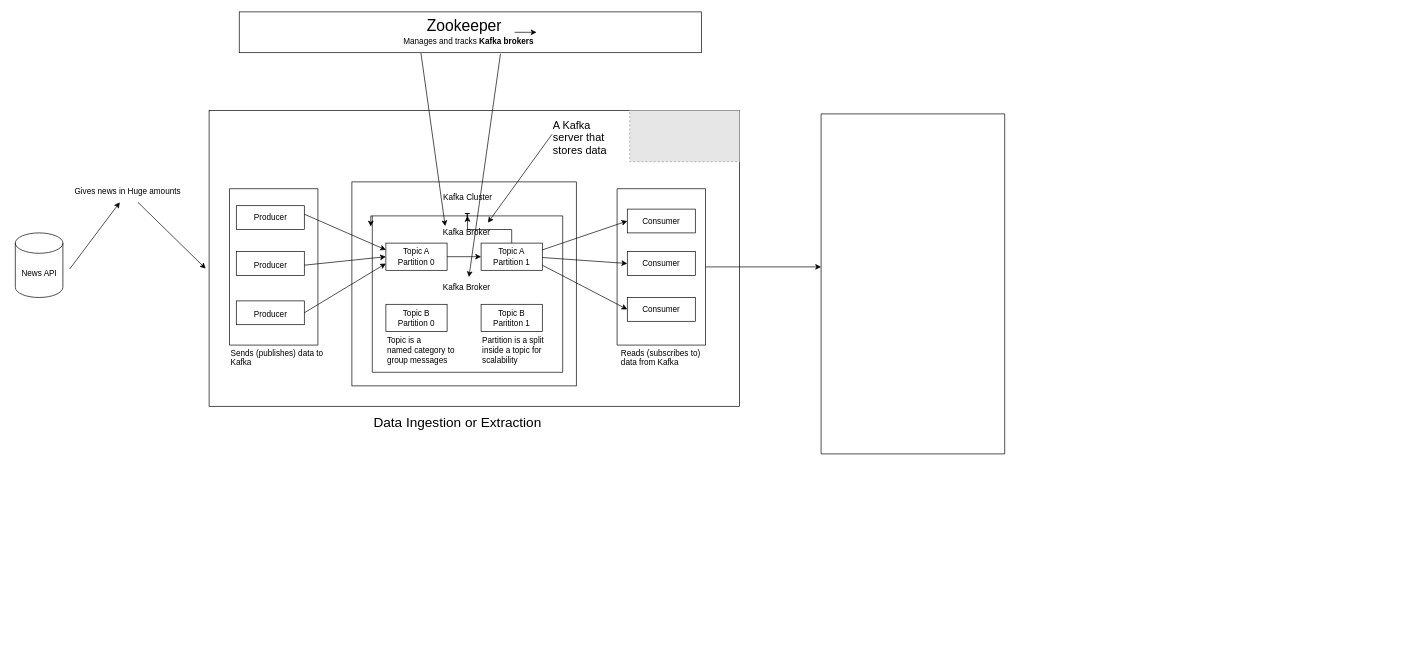
The draw.io diagram Untitled Diagram.drawio in Kadhir812/Big-data-pipeline-draw.io, before the edit. Source tidied: cells renumbered, new cells numbered last; positions are measured from the earlier drawing's top-left corner, leaving out a move shared by most shapes. Both pictures are drawn from the tidied source at 68%, with x=0, y=0 at pixel (12, 12). Pictures stored in the file or linked from it are replaced by grey dashed boxes.
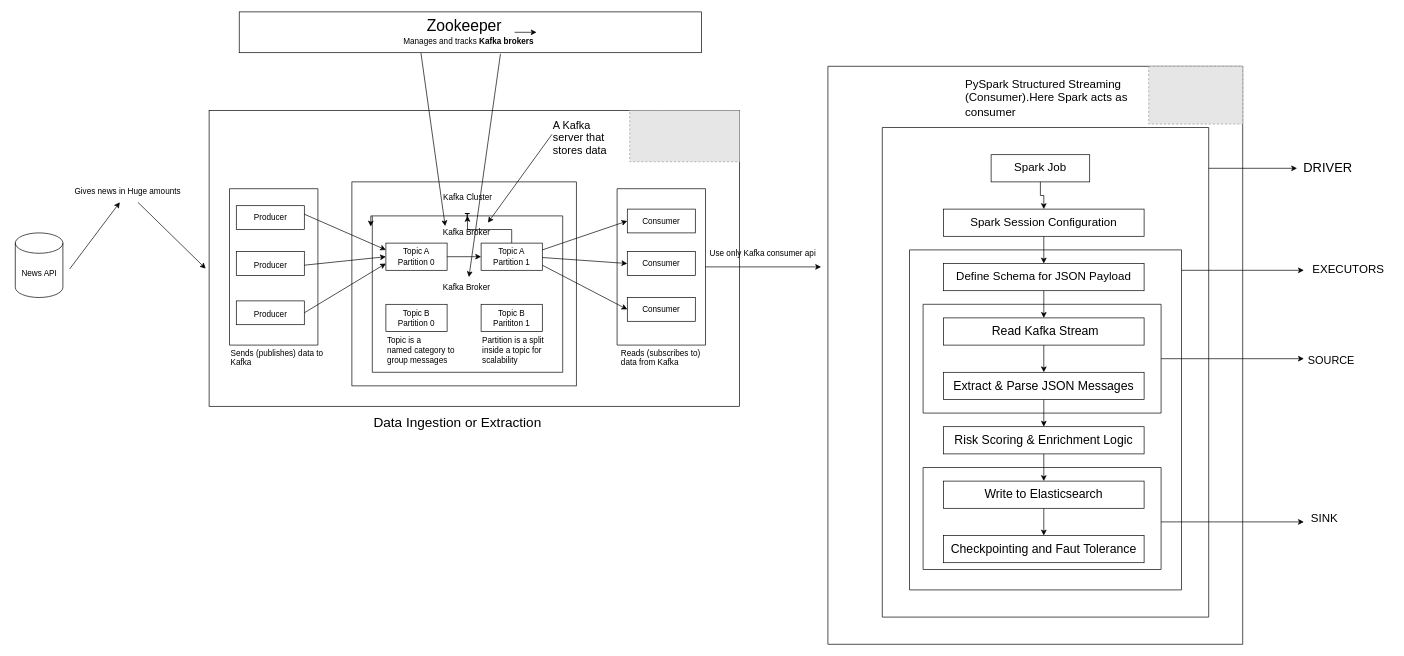
The same page after the edit.

What changed in the source:
```diff
@@
     <mxCell id="52" style="swimlane;startSize=0;" parent="1" vertex="1">
-      <mxGeometry x="1190" y="150" width="270" height="500" as="geometry" />
+      <mxGeometry x="1200" y="80" width="610" height="850" as="geometry" />
     </mxCell>
+    <mxCell id="53" style="edgeStyle=orthogonalEdgeStyle;rounded=0;orthogonalLoop=1;jettySize=auto;html=1;" parent="52" edge="1">
+      <mxGeometry relative="1" as="geometry">
+        <mxPoint x="127.6" y="80" as="sourcePoint" />
+      </mxGeometry>
+    </mxCell>
+    <mxCell id="54" style="edgeStyle=orthogonalEdgeStyle;rounded=0;orthogonalLoop=1;jettySize=auto;html=1;" parent="52" edge="1">
+      <mxGeometry relative="1" as="geometry">
+        <mxPoint x="202.5" y="160" as="sourcePoint" />
+      </mxGeometry>
+    </mxCell>
+    <mxCell id="55" style="edgeStyle=orthogonalEdgeStyle;rounded=0;orthogonalLoop=1;jettySize=auto;html=1;" parent="52" edge="1">
+      <mxGeometry relative="1" as="geometry">
+        <mxPoint x="202.5" y="240" as="sourcePoint" />
+      </mxGeometry>
+    </mxCell>
+    <mxCell id="56" style="edgeStyle=orthogonalEdgeStyle;rounded=0;orthogonalLoop=1;jettySize=auto;html=1;" parent="52" edge="1">
+      <mxGeometry relative="1" as="geometry">
+        <mxPoint x="202.5" y="320" as="sourcePoint" />
+      </mxGeometry>
+    </mxCell>
+    <mxCell id="57" style="edgeStyle=orthogonalEdgeStyle;rounded=0;orthogonalLoop=1;jettySize=auto;html=1;" parent="52" edge="1">
+      <mxGeometry relative="1" as="geometry">
+        <mxPoint x="202.5" y="400" as="sourcePoint" />
+      </mxGeometry>
+    </mxCell>
+    <mxCell id="58" style="edgeStyle=orthogonalEdgeStyle;rounded=0;orthogonalLoop=1;jettySize=auto;html=1;" parent="52" edge="1">
+      <mxGeometry relative="1" as="geometry">
+        <mxPoint x="202.5" y="480" as="sourcePoint" />
+      </mxGeometry>
+    </mxCell>
+    <mxCell id="59" style="edgeStyle=orthogonalEdgeStyle;rounded=0;orthogonalLoop=1;jettySize=auto;html=1;" parent="52" edge="1">
+      <mxGeometry relative="1" as="geometry">
+        <mxPoint x="202.5" y="560" as="sourcePoint" />
+      </mxGeometry>
+    </mxCell>
+    <mxCell id="60" value="&lt;font style=&quot;font-size: 17px;&quot;&gt;Spark Job&lt;/font&gt;" style="rounded=0;whiteSpace=wrap;html=1;" parent="52" vertex="1">
+      <mxGeometry x="240" y="130" width="145" height="40" as="geometry" />
+    </mxCell>
+    <mxCell id="61" style="fillColor=#E6E6E6;strokeColor=#999999;dashed=1;verticalLabelPosition=bottom;labelBackgroundColor=default;verticalAlign=top;" parent="52" vertex="1">
+      <mxGeometry x="471.8" width="138.2" height="85" as="geometry" />
+    </mxCell>
+    <mxCell id="62" value="PySpark Structured Streaming (Consumer).Here Spark acts as consumer" style="text;whiteSpace=wrap;fontSize=17;" parent="52" vertex="1">
+      <mxGeometry x="200" y="10" width="260" height="40" as="geometry" />
+    </mxCell>
+    <mxCell id="63" style="endArrow=classic;html=1;rounded=0;" parent="52" edge="1">
+      <mxGeometry relative="1" as="geometry">
+        <mxPoint x="560" y="150" as="sourcePoint" />
+        <mxPoint x="690" y="150" as="targetPoint" />
+      </mxGeometry>
+    </mxCell>
+    <mxCell id="64" style="endArrow=classic;html=1;rounded=0;" parent="52" edge="1">
+      <mxGeometry relative="1" as="geometry">
+        <mxPoint x="520" y="300" as="sourcePoint" />
+        <mxPoint x="700" y="300" as="targetPoint" />
+        <Array as="points">
+          <mxPoint x="700" y="300" />
+        </Array>
+      </mxGeometry>
+    </mxCell>
+    <mxCell id="65" style="endArrow=classic;html=1;rounded=0;" parent="52" edge="1">
+      <mxGeometry relative="1" as="geometry">
+        <mxPoint x="490" y="430" as="sourcePoint" />
+        <mxPoint x="700" y="430" as="targetPoint" />
+        <Array as="points">
+          <mxPoint x="700" y="430" />
+        </Array>
+      </mxGeometry>
+    </mxCell>
+    <mxCell id="66" style="endArrow=classic;html=1;rounded=0;" parent="52" edge="1">
+      <mxGeometry relative="1" as="geometry">
+        <mxPoint x="490" y="670" as="sourcePoint" />
+        <mxPoint x="700" y="670" as="targetPoint" />
+        <Array as="points">
+          <mxPoint x="700" y="670" />
+        </Array>
+      </mxGeometry>
+    </mxCell>
+    <mxCell id="67" value="&lt;font&gt;Use only Kafka consumer api&lt;/font&gt;" style="text;html=1;align=center;verticalAlign=middle;strokeColor=none;fillColor=none;" parent="1" vertex="1">
+      <mxGeometry x="1014.3" y="340" width="180" height="30" as="geometry" />
+    </mxCell>
+    <mxCell id="68" style="edgeStyle=orthogonalEdgeStyle;rounded=0;jettySize=auto;html=1;" parent="1" edge="1" source="69" target="71">
+      <mxGeometry relative="1" as="geometry" />
+    </mxCell>
+    <mxCell id="69" value="&lt;font style=&quot;font-size: 17px;&quot;&gt;Spark Session Configuration&lt;/font&gt;" style="rounded=0;whiteSpace=wrap;html=1;" parent="1" vertex="1">
+      <mxGeometry x="1370" y="290" width="295" height="40" as="geometry" />
+    </mxCell>
+    <mxCell id="70" style="edgeStyle=orthogonalEdgeStyle;rounded=0;jettySize=auto;html=1;" parent="1" edge="1" source="71" target="73">
+      <mxGeometry relative="1" as="geometry" />
+    </mxCell>
+    <mxCell id="71" value="&lt;font style=&quot;font-size: 17px;&quot;&gt;Define Schema for JSON Payload&lt;/font&gt;" style="rounded=0;whiteSpace=wrap;html=1;" parent="1" vertex="1">
+      <mxGeometry x="1370" y="370" width="295" height="40" as="geometry" />
+    </mxCell>
+    <mxCell id="72" style="edgeStyle=orthogonalEdgeStyle;rounded=0;jettySize=auto;html=1;" parent="1" edge="1" source="73" target="75">
+      <mxGeometry relative="1" as="geometry" />
+    </mxCell>
+    <mxCell id="73" value="&lt;font style=&quot;font-size: 18px;&quot;&gt;&amp;nbsp;Read Kafka Stream&lt;/font&gt;" style="rounded=0;whiteSpace=wrap;html=1;" parent="1" vertex="1">
+      <mxGeometry x="1370" y="450" width="295" height="40" as="geometry" />
+    </mxCell>
+    <mxCell id="74" style="edgeStyle=orthogonalEdgeStyle;rounded=0;jettySize=auto;html=1;" parent="1" edge="1" source="75" target="77">
+      <mxGeometry relative="1" as="geometry" />
+    </mxCell>
+    <mxCell id="75" value="&lt;font style=&quot;font-size: 18px;&quot;&gt;Extract &amp;amp; Parse JSON Messages&lt;/font&gt;" style="rounded=0;whiteSpace=wrap;html=1;" parent="1" vertex="1">
+      <mxGeometry x="1370" y="530" width="295" height="40" as="geometry" />
+    </mxCell>
+    <mxCell id="76" style="edgeStyle=orthogonalEdgeStyle;rounded=0;jettySize=auto;html=1;" parent="1" edge="1" source="77" target="79">
+      <mxGeometry relative="1" as="geometry" />
+    </mxCell>
+    <mxCell id="77" value="&lt;font style=&quot;font-size: 18px;&quot;&gt;Risk Scoring &amp;amp; Enrichment Logic&lt;/font&gt;" style="rounded=0;whiteSpace=wrap;html=1;" parent="1" vertex="1">
+      <mxGeometry x="1370" y="610" width="295" height="40" as="geometry" />
+    </mxCell>
+    <mxCell id="78" style="edgeStyle=orthogonalEdgeStyle;rounded=0;jettySize=auto;html=1;" parent="1" edge="1" source="79" target="80">
+      <mxGeometry relative="1" as="geometry" />
+    </mxCell>
+    <mxCell id="79" value="&lt;span style=&quot;font-size: 18px;&quot;&gt;Write to Elasticsearch&lt;/span&gt;" style="rounded=0;whiteSpace=wrap;html=1;" parent="1" vertex="1">
+      <mxGeometry x="1370" y="690" width="295" height="40" as="geometry" />
+    </mxCell>
+    <mxCell id="80" value="&lt;span style=&quot;font-size: 18px;&quot;&gt;Checkpointing and Faut Tolerance&lt;/span&gt;" style="rounded=0;whiteSpace=wrap;html=1;" parent="1" vertex="1">
+      <mxGeometry x="1370" y="770" width="295" height="40" as="geometry" />
+    </mxCell>
+    <mxCell id="81" style="edgeStyle=orthogonalEdgeStyle;rounded=0;jettySize=auto;html=1;" parent="1" edge="1" source="60" target="69">
+      <mxGeometry relative="1" as="geometry" />
+    </mxCell>
+    <mxCell id="82" style="swimlane;startSize=0;" parent="1" vertex="1">
+      <mxGeometry x="1280" y="170" width="480" height="720" as="geometry" />
+    </mxCell>
+    <mxCell id="83" style="swimlane;startSize=0;" parent="1" vertex="1">
+      <mxGeometry x="1320" y="350" width="400" height="500" as="geometry" />
+    </mxCell>
+    <mxCell id="84" style="swimlane;startSize=0;" parent="83" vertex="1">
+      <mxGeometry x="20" y="80" width="350" height="160" as="geometry" />
+    </mxCell>
+    <mxCell id="85" style="swimlane;startSize=0;" parent="1" vertex="1">
+      <mxGeometry x="1340" y="670" width="350" height="150" as="geometry" />
+    </mxCell>
+    <mxCell id="86" value="&lt;font style=&quot;font-size: 19px;&quot;&gt;DRIVER&lt;/font&gt;" style="text;html=1;align=center;verticalAlign=middle;strokeColor=none;fillColor=none;" parent="1" vertex="1">
+      <mxGeometry x="1885" y="210" width="100" height="40" as="geometry" />
+    </mxCell>
+    <mxCell id="87" value="&lt;div&gt;&lt;span style=&quot;font-size: 17px;&quot;&gt;EXECUTORS&lt;/span&gt;&lt;/div&gt;&lt;div&gt;&lt;span style=&quot;font-size: 17px;&quot;&gt;&lt;br&gt;&lt;/span&gt;&lt;/div&gt;" style="text;html=1;align=center;verticalAlign=middle;strokeColor=none;fillColor=none;" parent="1" vertex="1">
+      <mxGeometry x="1900" y="365" width="130" height="50" as="geometry" />
+    </mxCell>
+    <mxCell id="88" value="&lt;font style=&quot;font-size: 16px;&quot;&gt;SOURCE&lt;/font&gt;" style="text;html=1;align=center;verticalAlign=middle;strokeColor=none;fillColor=none;" parent="1" vertex="1">
+      <mxGeometry x="1895" y="497.5" width="90" height="30" as="geometry" />
+    </mxCell>
+    <mxCell id="89" value="&lt;font style=&quot;font-size: 17px;&quot;&gt;SINK&lt;/font&gt;" style="text;html=1;align=center;verticalAlign=middle;strokeColor=none;fillColor=none;" parent="1" vertex="1">
+      <mxGeometry x="1900" y="730" width="60" height="30" as="geometry" />
+    </mxCell>
```
